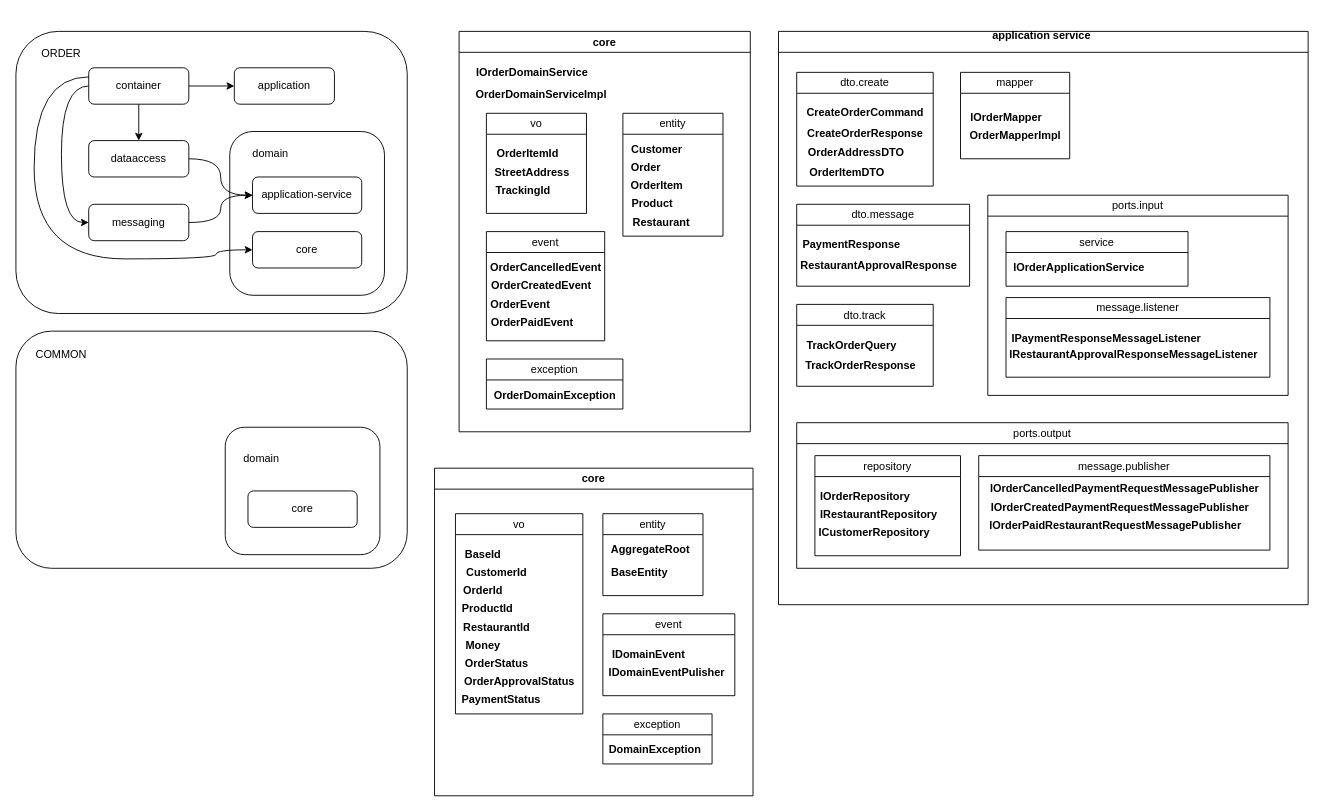
This is page "Page-1" (1 of 2) of jays-fos-blueprint1.drawio from jays-codes/diagrams, a draw.io file, before an edit. Source tidied: cells renumbered, new cells numbered last; positions are measured from the earlier drawing's top-left corner, leaving out a move shared by most shapes. Both pictures are drawn from the tidied source at 91%, with x=0, y=0 at pixel (15, 31).
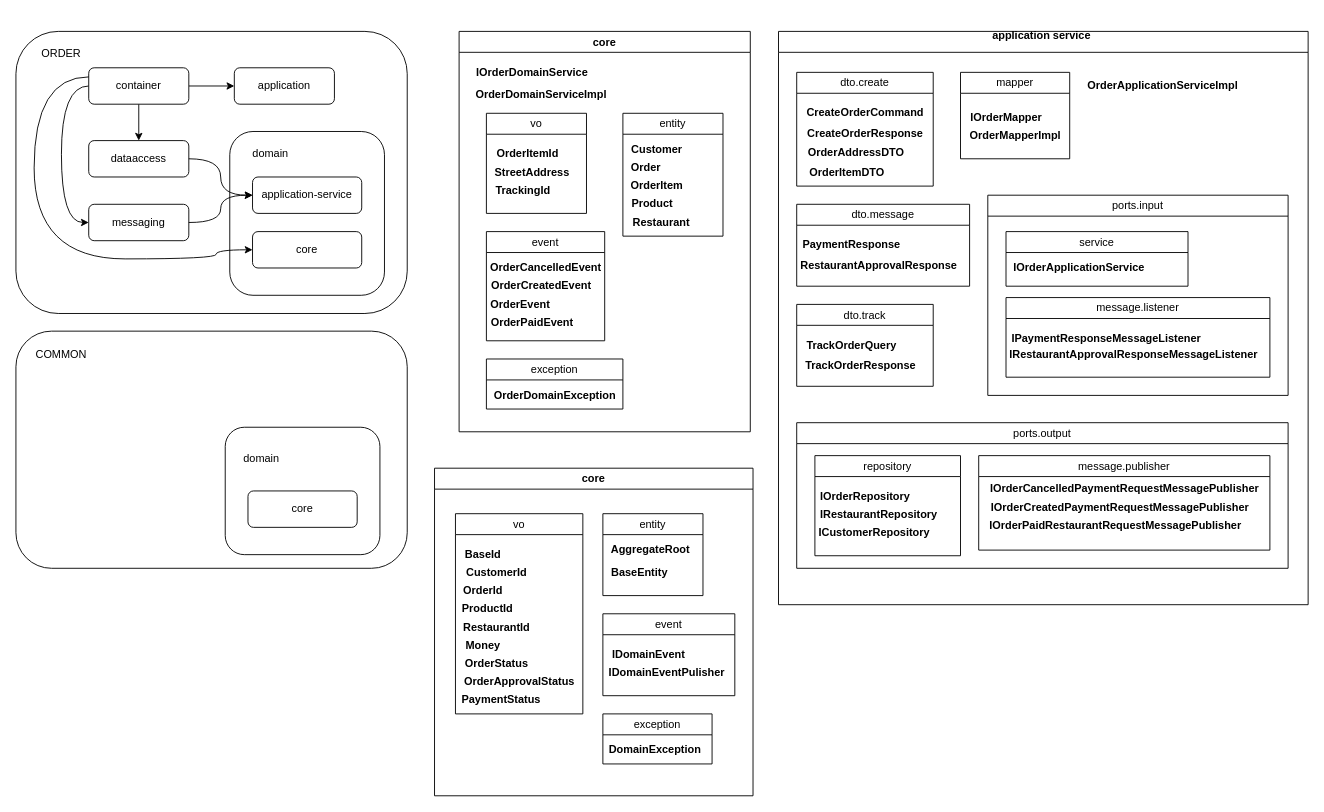
The same diagram, later.

Commit message:
started implementing input ports: OrderApplicationServiceImpl, OrderTrackCommandHandler, OrderCreateCommandHandler

Unchanged cells that the change refers to:
```xml
<mxCell id="2" value="&lt;br&gt;&lt;span style=&quot;background-color: initial;&quot;&gt;application service&amp;nbsp;&lt;/span&gt;&lt;br&gt;&lt;br&gt;&lt;div style=&quot;forced-color-adjust: none;&quot;&gt;&lt;br&gt;&lt;/div&gt;" style="swimlane;whiteSpace=wrap;html=1;align=center;startSize=23;" parent="1" vertex="1">
  <mxGeometry x="838" width="582" height="630" as="geometry" />
</mxCell>
```

Change to the diagram source:
```diff
@@
+    <mxCell id="93" value="OrderApplicationServiceImpl" style="text;html=1;align=center;verticalAlign=middle;strokeColor=none;fillColor=none;fontStyle=1;" parent="2" vertex="1">
+      <mxGeometry x="332" y="45" width="180" height="30" as="geometry" />
+    </mxCell>
```
